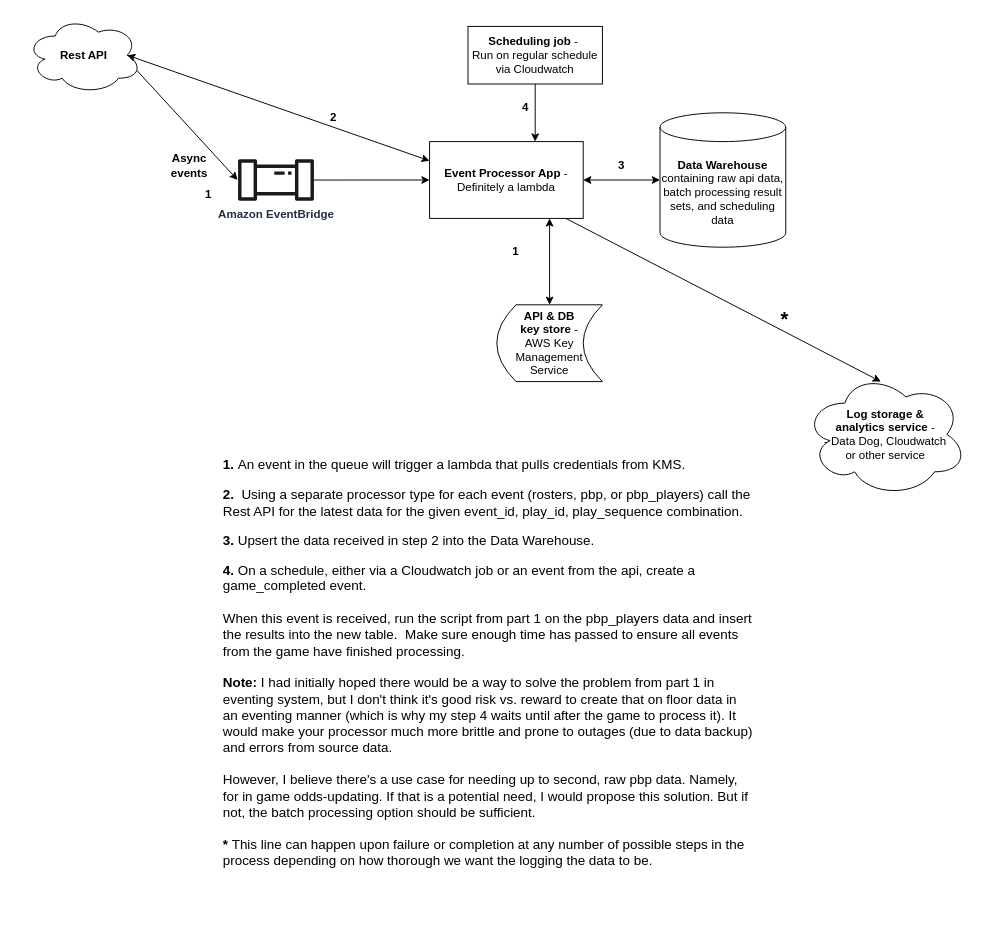
Earlier version of the draw.io diagram page "Event Processor" (2 of 2) of swish_diagram.drawio (dpcramer/swish). Source tidied: cells renumbered, new cells numbered last; positions are measured from the earlier drawing's top-left corner, leaving out a move shared by most shapes. Both pictures are drawn from the tidied source at 96%, with x=0, y=0 at pixel (26, 16).
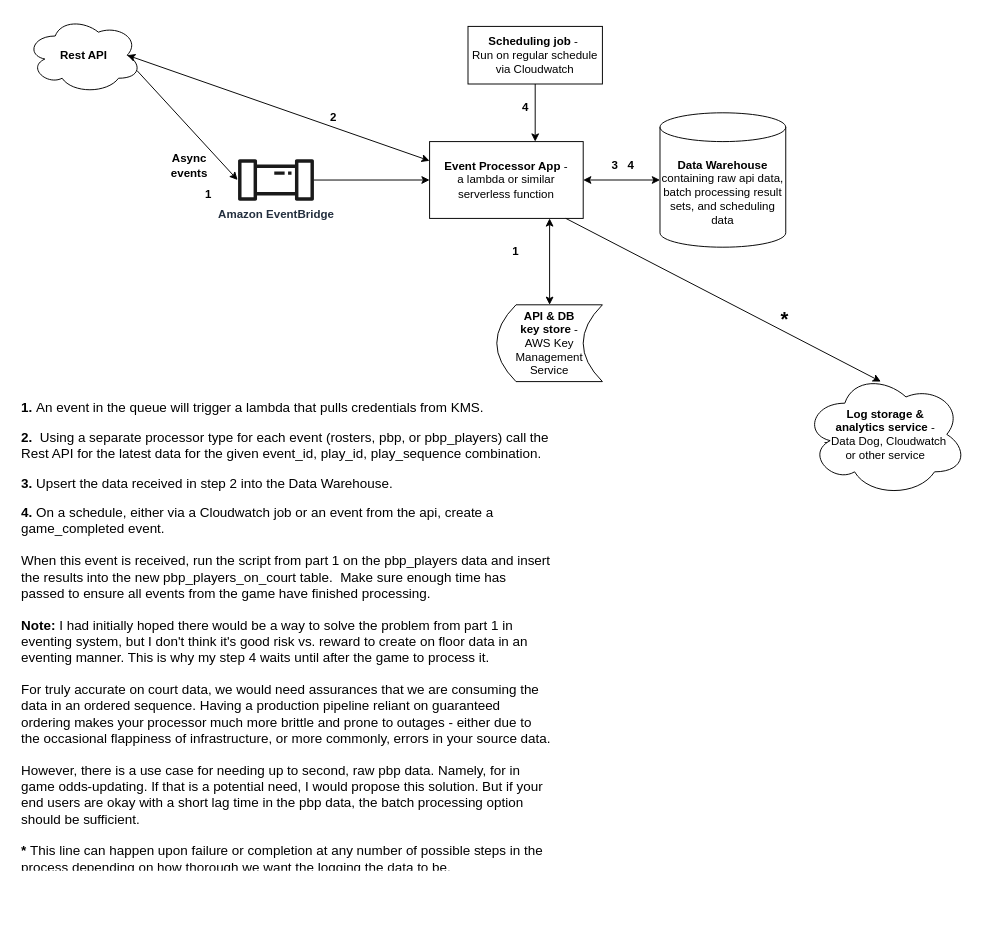
The same diagram, later.

Diff of the diagram source:
```diff
@@
-    <mxCell id="3" value="&lt;b&gt;Event Processor App&lt;/b&gt; - Definitely a lambda" style="rounded=0;whiteSpace=wrap;html=1;" parent="1" vertex="1">
+    <mxCell id="3" value="&lt;b&gt;Event Processor App&lt;/b&gt; - &lt;br&gt;a lambda or similar serverless function" style="rounded=0;whiteSpace=wrap;html=1;" parent="1" vertex="1">
       <mxGeometry x="420" y="130" width="160" height="80" as="geometry" />
     </mxCell>
@@
-    <mxCell id="13" value="&lt;h1 style=&quot;font-size: 14px;&quot;&gt;&lt;font style=&quot;font-size: 14px;&quot;&gt;&lt;b style=&quot;background-color: initial;&quot;&gt;1.&lt;/b&gt;&lt;span style=&quot;background-color: initial; font-weight: normal;&quot;&gt;&amp;nbsp;An event in the queue will trigger a lambda that pulls credentials from KMS.&amp;nbsp;&lt;/span&gt;&lt;/font&gt;&lt;/h1&gt;&lt;p style=&quot;font-size: 14px;&quot;&gt;&lt;font style=&quot;font-size: 14px;&quot;&gt;&lt;b&gt;2.&amp;nbsp; &lt;/b&gt;Using a separate processor type for each event (rosters, pbp, or pbp_players) call the Rest API for the latest data for the given event_id, play_id, play_sequence combination.&amp;nbsp;&lt;/font&gt;&lt;/p&gt;&lt;p style=&quot;font-size: 14px;&quot;&gt;&lt;font style=&quot;font-size: 14px;&quot;&gt;&lt;b&gt;3. &lt;/b&gt;Upsert the data received in step 2 into the Data Warehouse.&lt;/font&gt;&lt;/p&gt;&lt;p style=&quot;font-size: 14px;&quot;&gt;&lt;font style=&quot;font-size: 14px;&quot;&gt;&lt;b&gt;4. &lt;/b&gt;On a schedule, either via a Cloudwatch job or an event from the api, create a game_completed event. &lt;br&gt;&lt;br&gt;When this event is received, run the script from part 1 on the pbp_players data and insert the results into the new table.&amp;nbsp; Make sure enough time has passed to ensure all events from the game have finished processing.&amp;nbsp;&lt;br&gt;&lt;/font&gt;&lt;b style=&quot;background-color: initial;&quot;&gt;&lt;br&gt;Note:&lt;/b&gt;&lt;span style=&quot;background-color: initial;&quot;&gt;&amp;nbsp;I had initially hoped there would be a way to solve the problem from part 1 in eventing system, but I don't think it's good risk vs. reward to create that on floor data in an eventing manner (which is why my step 4 waits until after the game to process it). It would make your processor much more brittle and prone to outages (due to data backup) and errors from source data.&lt;br&gt;&lt;br&gt;However, I believe there's a use case for needing up to second, raw pbp data. Namely, for in game odds-updating. If that is a potential need, I would propose this solution. But if not, the batch processing option should be sufficient.&lt;br&gt;&lt;/span&gt;&lt;b style=&quot;background-color: initial;&quot;&gt;&lt;br&gt;* &lt;/b&gt;&lt;span style=&quot;background-color: initial;&quot;&gt;This line can happen upon failure or completion at any number of possible steps in the process depending on how thorough we want the logging the data to be.&lt;/span&gt;&lt;/p&gt;" style="text;html=1;strokeColor=none;fillColor=none;spacing=5;spacingTop=-20;whiteSpace=wrap;overflow=hidden;rounded=0;" parent="1" vertex="1">
-      <mxGeometry x="200" y="460" width="560" height="490" as="geometry" />
+    <mxCell id="13" value="&lt;h1 style=&quot;font-size: 14px;&quot;&gt;&lt;font style=&quot;font-size: 14px;&quot;&gt;&lt;b style=&quot;background-color: initial;&quot;&gt;1.&lt;/b&gt;&lt;span style=&quot;background-color: initial; font-weight: normal;&quot;&gt;&amp;nbsp;An event in the queue will trigger a lambda that pulls credentials from KMS.&amp;nbsp;&lt;/span&gt;&lt;/font&gt;&lt;/h1&gt;&lt;p style=&quot;font-size: 14px;&quot;&gt;&lt;font style=&quot;font-size: 14px;&quot;&gt;&lt;b&gt;2.&amp;nbsp; &lt;/b&gt;Using a separate processor type for each event (rosters, pbp, or pbp_players) call the Rest API for the latest data for the given event_id, play_id, play_sequence combination.&amp;nbsp;&lt;/font&gt;&lt;/p&gt;&lt;p style=&quot;font-size: 14px;&quot;&gt;&lt;font style=&quot;font-size: 14px;&quot;&gt;&lt;b&gt;3. &lt;/b&gt;Upsert the data received in step 2 into the Data Warehouse.&lt;/font&gt;&lt;/p&gt;&lt;p style=&quot;font-size: 14px;&quot;&gt;&lt;font style=&quot;font-size: 14px;&quot;&gt;&lt;b&gt;4. &lt;/b&gt;On a schedule, either via a Cloudwatch job or an event from the api, create a game_completed event. &lt;br&gt;&lt;br&gt;When this event is received, run the script from part 1 on the pbp_players data and insert the results into the new pbp_players_on_court table.&amp;nbsp; Make sure enough time has passed to ensure all events from the game have finished processing.&amp;nbsp;&lt;br&gt;&lt;/font&gt;&lt;b style=&quot;background-color: initial;&quot;&gt;&lt;br&gt;Note:&lt;/b&gt;&lt;span style=&quot;background-color: initial;&quot;&gt;&amp;nbsp;I had initially hoped there would be a way to solve the problem from part 1 in eventing system, but I don't think it's good risk vs. reward to create on floor data in an eventing manner. This is why my step 4 waits until after the game to process it. &lt;br&gt;&lt;br&gt;For truly accurate on court data, we would need assurances that we are consuming the data in an ordered sequence. Having a production pipeline reliant on guaranteed ordering makes your processor much more brittle and prone to outages - either due to the occasional flappiness of infrastructure, or more commonly, errors in your source data.&lt;br&gt;&lt;br&gt;However, there is a use case for needing up to second, raw pbp data. Namely, for in game odds-updating. If that is a potential need, I would propose this solution. But if your end users are okay with a short lag time in the pbp data, the batch processing option should be sufficient.&lt;br&gt;&lt;/span&gt;&lt;b style=&quot;background-color: initial;&quot;&gt;&lt;br&gt;* &lt;/b&gt;&lt;span style=&quot;background-color: initial;&quot;&gt;This line can happen upon failure or completion at any number of possible steps in the process depending on how thorough we want the logging the data to be.&lt;/span&gt;&lt;/p&gt;" style="text;html=1;strokeColor=none;fillColor=none;spacing=5;spacingTop=-20;whiteSpace=wrap;overflow=hidden;rounded=0;" parent="1" vertex="1">
+      <mxGeometry x="-10" y="400" width="560" height="490" as="geometry" />
     </mxCell>
@@
-    <mxCell id="20" value="&lt;b&gt;3&lt;/b&gt;" style="text;html=1;strokeColor=none;fillColor=none;align=center;verticalAlign=middle;whiteSpace=wrap;rounded=0;" parent="1" vertex="1">
+    <mxCell id="20" value="&lt;b&gt;&amp;nbsp;3&amp;nbsp; &amp;nbsp;4&lt;/b&gt;" style="text;html=1;strokeColor=none;fillColor=none;align=center;verticalAlign=middle;whiteSpace=wrap;rounded=0;" parent="1" vertex="1">
       <mxGeometry x="590" y="140" width="60" height="30" as="geometry" />
     </mxCell>
```
